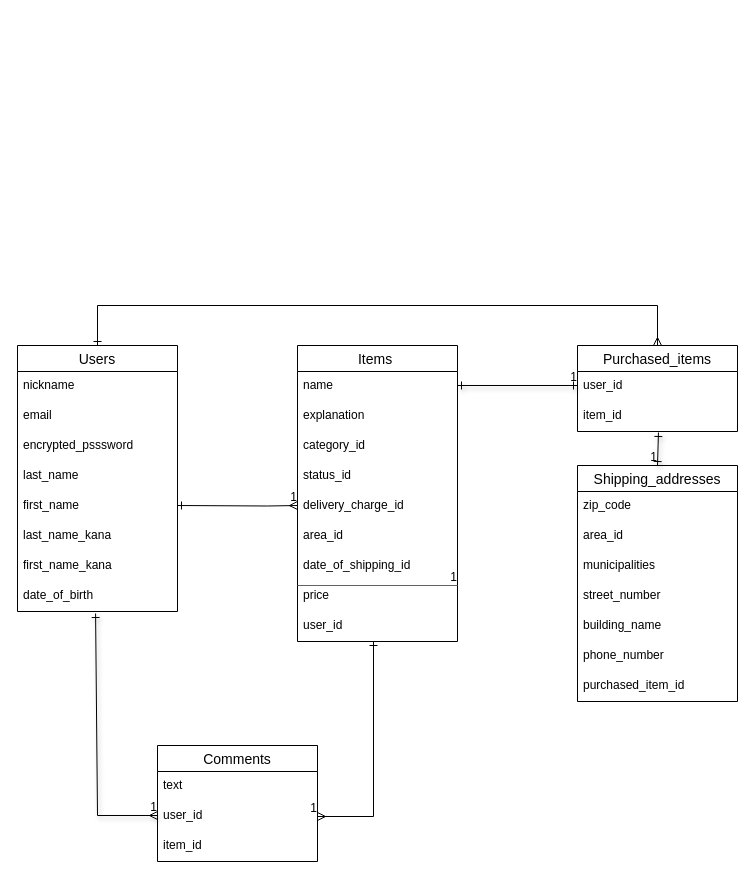
This is test.dio from YYYukiyamazakIII/furima-37384, a draw.io file, before an edit. Source tidied: cells renumbered, new cells numbered last; positions are measured from the earlier drawing's top-left corner, leaving out a move shared by most shapes. Both pictures are drawn from the tidied source at 100%, with x=0, y=0 at pixel (17, 305).
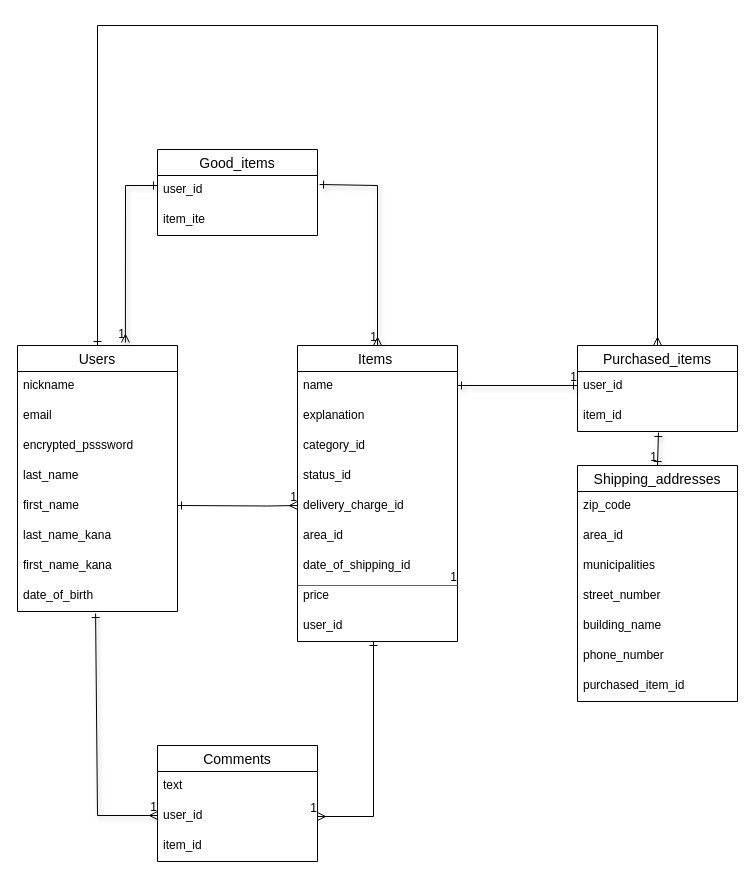
The same page after the edit.

Commit message (it also covers changes not shown here):
テーブル設計

The change refers to these unchanged cells:
```xml
<mxCell id="3" value="Users" style="swimlane;fontStyle=0;horizontal=1;startSize=26;align=center;fontSize=14;" parent="1" vertex="1">
  <mxGeometry y="40" width="160" height="266" as="geometry" />
</mxCell>
<mxCell id="16" value="Items " style="swimlane;fontStyle=0;horizontal=1;startSize=26;align=center;fontSize=14;" parent="1" vertex="1">
  <mxGeometry x="280" y="40" width="160" height="296" as="geometry" />
</mxCell>
<mxCell id="26" value="Purchased_items" style="swimlane;fontStyle=0;horizontal=1;startSize=26;align=center;fontSize=14;" parent="1" vertex="1">
  <mxGeometry x="560" y="40" width="160" height="86" as="geometry" />
</mxCell>
```

Diff of the diagram source:
```diff
@@
     <mxCell id="2" style="edgeStyle=orthogonalEdgeStyle;html=1;exitX=0.5;exitY=0;exitDx=0;exitDy=0;shadow=0;fontColor=default;startArrow=ERone;startFill=0;endArrow=ERmany;endFill=0;strokeColor=default;entryX=0.5;entryY=0;entryDx=0;entryDy=0;rounded=0;" parent="1" edge="1" source="3" target="26">
       <mxGeometry relative="1" as="geometry">
         <Array as="points">
-          <mxPoint x="80" />
-          <mxPoint x="640" />
+          <mxPoint x="80" y="-280" />
+          <mxPoint x="640" y="-280" />
         </Array>
       </mxGeometry>
     </mxCell>
@@
+    <mxCell id="49" value="Good_items" style="swimlane;fontStyle=0;horizontal=1;startSize=26;align=center;fontSize=14;" parent="1" vertex="1">
+      <mxGeometry x="140" y="-156" width="160" height="86" as="geometry" />
+    </mxCell>
+    <mxCell id="50" style="endArrow=ERmany;html=1;rounded=0;shadow=1;endFill=0;startArrow=ERone;startFill=0;" parent="49" edge="1">
+      <mxGeometry relative="1" as="geometry">
+        <mxPoint y="36" as="sourcePoint" />
+        <mxPoint x="-32.1" y="193" as="targetPoint" />
+        <Array as="points">
+          <mxPoint x="-32" y="36" />
+        </Array>
+      </mxGeometry>
+    </mxCell>
+    <mxCell id="51" value="1" style="html=1;align=right;verticalAlign=bottom;" parent="50" vertex="1">
+      <mxGeometry x="1" relative="1" as="geometry" />
+    </mxCell>
+    <mxCell id="52" value="user_id" style="text;strokeColor=none;fillColor=none;spacingLeft=4;spacingRight=4;overflow=hidden;points=[[0,0.5],[1,0.5]];portConstraint=eastwest;fontSize=12;" parent="49" vertex="1">
+      <mxGeometry y="26" width="160" height="30" as="geometry" />
+    </mxCell>
+    <mxCell id="53" value="item_ite" style="text;strokeColor=none;fillColor=none;spacingLeft=4;spacingRight=4;overflow=hidden;fontSize=12;" parent="49" vertex="1">
+      <mxGeometry y="56" width="160" height="30" as="geometry" />
+    </mxCell>
+    <mxCell id="54" style="endArrow=ERmany;html=1;rounded=0;shadow=1;endFill=0;startArrow=ERone;startFill=0;exitX=1.013;exitY=0.3;exitDx=0;exitDy=0;exitPerimeter=0;" parent="1" edge="1" source="52" target="16">
+      <mxGeometry relative="1" as="geometry">
+        <Array as="points">
+          <mxPoint x="360" y="-120" />
+        </Array>
+      </mxGeometry>
+    </mxCell>
+    <mxCell id="55" value="1" style="html=1;align=right;verticalAlign=bottom;" parent="54" vertex="1">
+      <mxGeometry x="1" relative="1" as="geometry" />
+    </mxCell>
```
